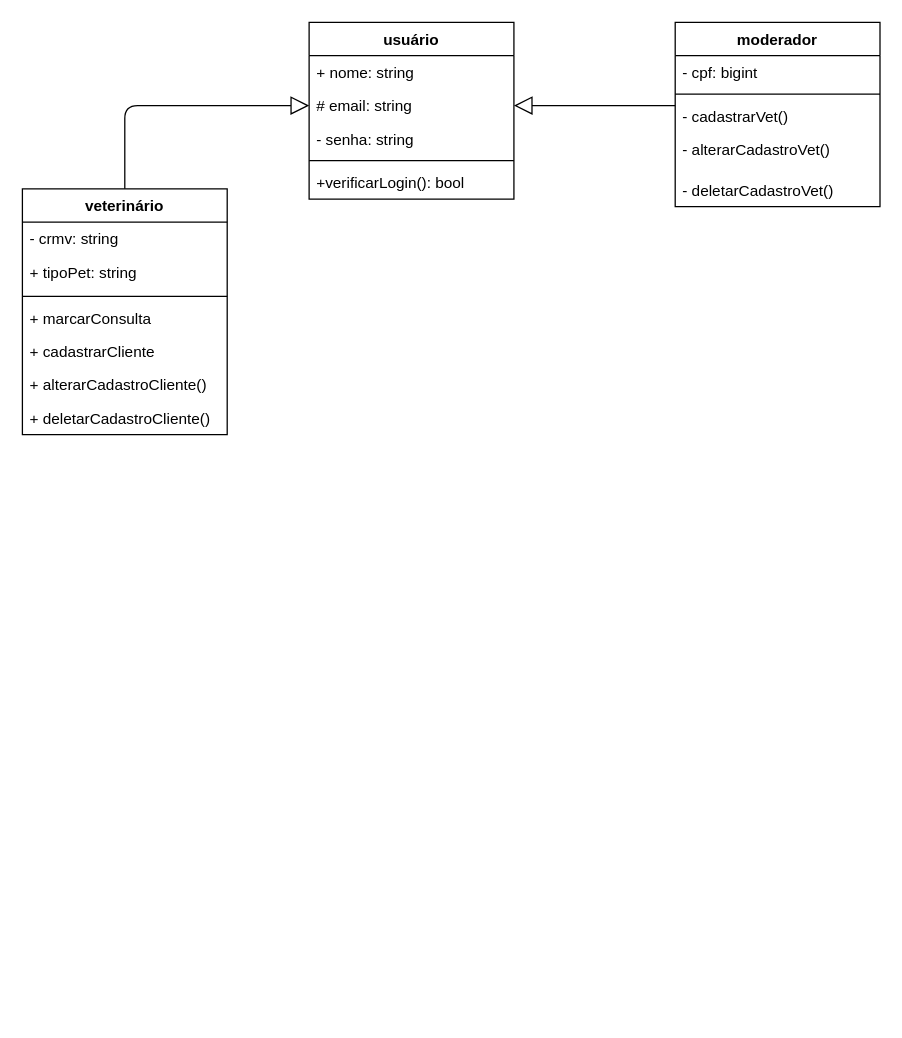
Before: page "Classe" (2 of 3) of PetMed(1).drawio in Robert-025/PetMed, a draw.io diagram. Source tidied: cells renumbered, new cells numbered last; positions are measured from the earlier drawing's top-left corner, leaving out a move shared by most shapes. Both pictures are drawn from the tidied source at 128%, with x=0, y=0 at pixel (22, 22).
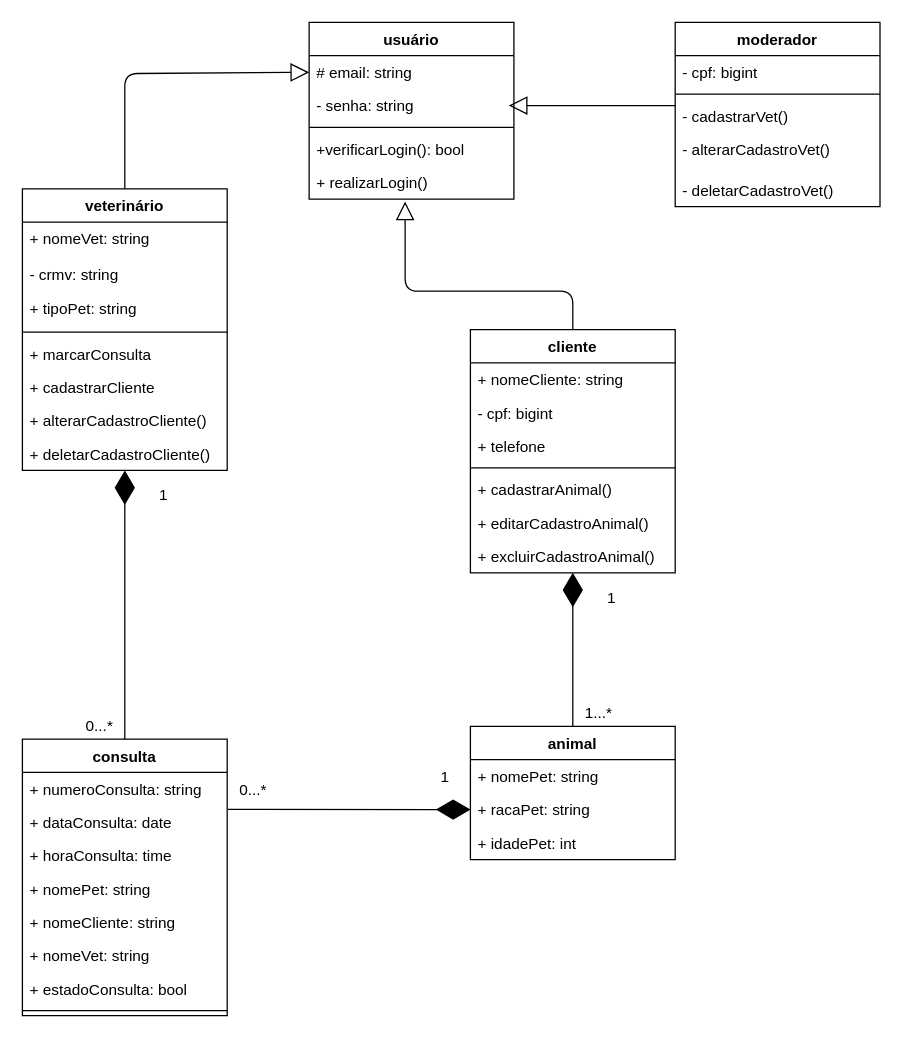
After the change.

The change refers to these unchanged cells:
```xml
<mxCell id="2" value="usuário" style="swimlane;fontStyle=1;align=center;verticalAlign=top;horizontal=1;startSize=26;" parent="1" vertex="1">
  <mxGeometry x="224" width="160" height="138" as="geometry" />
</mxCell>
```

What changed in the source:
```diff
@@
-    <mxCell id="3" value="+ nome: string" style="text;strokeColor=none;fillColor=none;align=left;verticalAlign=top;spacingLeft=4;spacingRight=4;overflow=hidden;" parent="2" vertex="1">
-      <mxGeometry y="26" width="160" height="26" as="geometry" />
-    </mxCell>
     <mxCell id="4" value="# email: string" style="text;strokeColor=none;fillColor=none;align=left;verticalAlign=top;spacingLeft=4;spacingRight=4;overflow=hidden;points=[[0,0.5],[1,0.5]];portConstraint=eastwest;" parent="2" vertex="1">
-      <mxGeometry y="52" width="160" height="26" as="geometry" />
+      <mxGeometry y="26" width="160" height="26" as="geometry" />
     </mxCell>
     <mxCell id="5" value="- senha: string" style="text;strokeColor=none;fillColor=none;align=left;verticalAlign=top;spacingLeft=4;spacingRight=4;overflow=hidden;" parent="2" vertex="1">
-      <mxGeometry y="78" width="160" height="26" as="geometry" />
+      <mxGeometry y="52" width="160" height="26" as="geometry" />
     </mxCell>
     <mxCell id="6" style="line;strokeWidth=1;fillColor=none;align=left;verticalAlign=middle;spacingTop=-1;spacingLeft=3;spacingRight=3;labelPosition=right;" parent="2" vertex="1">
-      <mxGeometry y="104" width="160" height="8" as="geometry" />
+      <mxGeometry y="78" width="160" height="8" as="geometry" />
     </mxCell>
     <mxCell id="7" value="+verificarLogin(): bool" style="text;strokeColor=none;fillColor=none;align=left;verticalAlign=top;spacingLeft=4;spacingRight=4;overflow=hidden;" parent="2" vertex="1">
-      <mxGeometry y="112" width="160" height="26" as="geometry" />
+      <mxGeometry y="86" width="160" height="26" as="geometry" />
     </mxCell>
+    <mxCell id="24" value="+ realizarLogin()" style="text;strokeColor=none;fillColor=none;align=left;verticalAlign=top;spacingLeft=4;spacingRight=4;overflow=hidden;" parent="2" vertex="1">
+      <mxGeometry y="112" width="160" height="26" as="geometry" />
+    </mxCell>
@@
-    <mxCell id="14" style="endArrow=block;endFill=0;endSize=12;html=1;entryX=1;entryY=0.5;entryDx=0;entryDy=0;" parent="1" edge="1" target="4">
+    <mxCell id="14" style="endArrow=block;endFill=0;endSize=12;html=1;" parent="1" edge="1">
       <mxGeometry relative="1" as="geometry">
         <mxPoint x="510" y="65" as="sourcePoint" />
+        <mxPoint x="380" y="65" as="targetPoint" />
       </mxGeometry>
     </mxCell>
     <mxCell id="15" value="veterinário" style="swimlane;fontStyle=1;align=center;verticalAlign=top;horizontal=1;startSize=26;" parent="1" vertex="1">
-      <mxGeometry y="130" width="160" height="192" as="geometry" />
+      <mxGeometry y="130" width="160" height="220" as="geometry" />
     </mxCell>
+    <mxCell id="17" value="+ nomeVet: string" style="text;strokeColor=none;fillColor=none;align=left;verticalAlign=top;spacingLeft=4;spacingRight=4;overflow=hidden;" parent="15" vertex="1">
+      <mxGeometry y="26" width="160" height="28" as="geometry" />
+    </mxCell>
     <mxCell id="16" value="- crmv: string" style="text;strokeColor=none;fillColor=none;align=left;verticalAlign=top;spacingLeft=4;spacingRight=4;overflow=hidden;" parent="15" vertex="1">
-      <mxGeometry y="26" width="160" height="26" as="geometry" />
+      <mxGeometry y="54" width="160" height="26" as="geometry" />
     </mxCell>
-    <mxCell id="17" value="+ tipoPet: string" style="text;strokeColor=none;fillColor=none;align=left;verticalAlign=top;spacingLeft=4;spacingRight=4;overflow=hidden;" parent="15" vertex="1">
-      <mxGeometry y="52" width="160" height="28" as="geometry" />
-    </mxCell>
+    <mxCell id="25" value="+ tipoPet: string" style="text;strokeColor=none;fillColor=none;align=left;verticalAlign=top;spacingLeft=4;spacingRight=4;overflow=hidden;" parent="15" vertex="1">
+      <mxGeometry y="80" width="160" height="28" as="geometry" />
+    </mxCell>
     <mxCell id="18" style="line;strokeWidth=1;fillColor=none;align=left;verticalAlign=middle;spacingTop=-1;spacingLeft=3;spacingRight=3;labelPosition=right;" parent="15" vertex="1">
-      <mxGeometry y="80" width="160" height="8" as="geometry" />
+      <mxGeometry y="108" width="160" height="8" as="geometry" />
     </mxCell>
     <mxCell id="19" value="+ marcarConsulta" style="text;strokeColor=none;fillColor=none;align=left;verticalAlign=top;spacingLeft=4;spacingRight=4;overflow=hidden;" parent="15" vertex="1">
-      <mxGeometry y="88" width="160" height="26" as="geometry" />
+      <mxGeometry y="116" width="160" height="26" as="geometry" />
     </mxCell>
     <mxCell id="20" value="+ cadastrarCliente" style="text;strokeColor=none;fillColor=none;align=left;verticalAlign=top;spacingLeft=4;spacingRight=4;overflow=hidden;" parent="15" vertex="1">
-      <mxGeometry y="114" width="160" height="26" as="geometry" />
+      <mxGeometry y="142" width="160" height="26" as="geometry" />
     </mxCell>
     <mxCell id="21" value="+ alterarCadastroCliente()" style="text;strokeColor=none;fillColor=none;align=left;verticalAlign=top;spacingLeft=4;spacingRight=4;overflow=hidden;" parent="15" vertex="1">
-      <mxGeometry y="140" width="160" height="26" as="geometry" />
+      <mxGeometry y="168" width="160" height="26" as="geometry" />
     </mxCell>
     <mxCell id="22" value="+ deletarCadastroCliente()" style="text;strokeColor=none;fillColor=none;align=left;verticalAlign=top;spacingLeft=4;spacingRight=4;overflow=hidden;points=[[0,0.5],[1,0.5]];portConstraint=eastwest;" parent="15" vertex="1">
-      <mxGeometry y="166" width="160" height="26" as="geometry" />
+      <mxGeometry y="194" width="160" height="26" as="geometry" />
     </mxCell>
     <mxCell id="23" style="endArrow=block;endFill=0;endSize=12;html=1;entryX=0;entryY=0.5;entryDx=0;entryDy=0;exitX=0.5;exitY=0;exitDx=0;exitDy=0;" parent="1" edge="1" source="15" target="4">
       <mxGeometry relative="1" as="geometry">
         <Array as="points">
-          <mxPoint x="80" y="65" />
+          <mxPoint x="80" y="40" />
         </Array>
       </mxGeometry>
     </mxCell>
+    <mxCell id="26" value="cliente" style="swimlane;fontStyle=1;align=center;verticalAlign=top;horizontal=1;startSize=26;" parent="1" vertex="1">
+      <mxGeometry x="350" y="240" width="160" height="190" as="geometry" />
+    </mxCell>
+    <mxCell id="27" value="+ nomeCliente: string" style="text;strokeColor=none;fillColor=none;align=left;verticalAlign=top;spacingLeft=4;spacingRight=4;overflow=hidden;" parent="26" vertex="1">
+      <mxGeometry y="26" width="160" height="26" as="geometry" />
+    </mxCell>
+    <mxCell id="28" value="- cpf: bigint" style="text;strokeColor=none;fillColor=none;align=left;verticalAlign=top;spacingLeft=4;spacingRight=4;overflow=hidden;" parent="26" vertex="1">
+      <mxGeometry y="52" width="160" height="26" as="geometry" />
+    </mxCell>
+    <mxCell id="29" value="+ telefone" style="text;strokeColor=none;fillColor=none;align=left;verticalAlign=top;spacingLeft=4;spacingRight=4;overflow=hidden;" parent="26" vertex="1">
+      <mxGeometry y="78" width="160" height="26" as="geometry" />
+    </mxCell>
+    <mxCell id="30" style="line;strokeWidth=1;fillColor=none;align=left;verticalAlign=middle;spacingTop=-1;spacingLeft=3;spacingRight=3;labelPosition=right;" parent="26" vertex="1">
+      <mxGeometry y="104" width="160" height="8" as="geometry" />
+    </mxCell>
+    <mxCell id="31" value="+ cadastrarAnimal()" style="text;strokeColor=none;fillColor=none;align=left;verticalAlign=top;spacingLeft=4;spacingRight=4;overflow=hidden;" parent="26" vertex="1">
+      <mxGeometry y="112" width="160" height="26" as="geometry" />
+    </mxCell>
+    <mxCell id="32" value="+ editarCadastroAnimal()" style="text;strokeColor=none;fillColor=none;align=left;verticalAlign=top;spacingLeft=4;spacingRight=4;overflow=hidden;" parent="26" vertex="1">
+      <mxGeometry y="138" width="160" height="26" as="geometry" />
+    </mxCell>
+    <mxCell id="33" value="+ excluirCadastroAnimal()" style="text;strokeColor=none;fillColor=none;align=left;verticalAlign=top;spacingLeft=4;spacingRight=4;overflow=hidden;" parent="26" vertex="1">
+      <mxGeometry y="164" width="160" height="26" as="geometry" />
+    </mxCell>
+    <mxCell id="34" style="endArrow=block;endFill=0;endSize=12;html=1;exitX=0.5;exitY=0;exitDx=0;exitDy=0;" parent="1" edge="1" source="26">
+      <mxGeometry relative="1" as="geometry">
+        <mxPoint x="299" y="140" as="targetPoint" />
+        <Array as="points">
+          <mxPoint x="430" y="210" />
+          <mxPoint x="299" y="210" />
+        </Array>
+      </mxGeometry>
+    </mxCell>
+    <mxCell id="35" value="animal" style="swimlane;fontStyle=1;align=center;verticalAlign=top;horizontal=1;startSize=26;" parent="1" vertex="1">
+      <mxGeometry x="350" y="550" width="160" height="104" as="geometry" />
+    </mxCell>
+    <mxCell id="36" value="+ nomePet: string" style="text;strokeColor=none;fillColor=none;align=left;verticalAlign=top;spacingLeft=4;spacingRight=4;overflow=hidden;" parent="35" vertex="1">
+      <mxGeometry y="26" width="160" height="26" as="geometry" />
+    </mxCell>
+    <mxCell id="37" value="+ racaPet: string" style="text;strokeColor=none;fillColor=none;align=left;verticalAlign=top;spacingLeft=4;spacingRight=4;overflow=hidden;points=[[0,0.5],[1,0.5]];portConstraint=eastwest;" parent="35" vertex="1">
+      <mxGeometry y="52" width="160" height="26" as="geometry" />
+    </mxCell>
+    <mxCell id="38" value="+ idadePet: int" style="text;strokeColor=none;fillColor=none;align=left;verticalAlign=top;spacingLeft=4;spacingRight=4;overflow=hidden;" parent="35" vertex="1">
+      <mxGeometry y="78" width="160" height="26" as="geometry" />
+    </mxCell>
+    <mxCell id="39" style="endArrow=diamondThin;endFill=1;endSize=24;html=1;exitX=0.5;exitY=0;exitDx=0;exitDy=0;" parent="1" edge="1" source="35">
+      <mxGeometry relative="1" as="geometry">
+        <mxPoint x="430" y="430" as="targetPoint" />
+      </mxGeometry>
+    </mxCell>
+    <mxCell id="40" value="consulta" style="swimlane;fontStyle=1;align=center;verticalAlign=top;horizontal=1;startSize=26;" parent="1" vertex="1">
+      <mxGeometry y="560" width="160" height="216" as="geometry" />
+    </mxCell>
+    <mxCell id="41" value="+ numeroConsulta: string" style="text;strokeColor=none;fillColor=none;align=left;verticalAlign=top;spacingLeft=4;spacingRight=4;overflow=hidden;points=[[0,0.5],[1,0.5]];portConstraint=eastwest;" parent="40" vertex="1">
+      <mxGeometry y="26" width="160" height="26" as="geometry" />
+    </mxCell>
+    <mxCell id="42" value="+ dataConsulta: date" style="text;strokeColor=none;fillColor=none;align=left;verticalAlign=top;spacingLeft=4;spacingRight=4;overflow=hidden;" parent="40" vertex="1">
+      <mxGeometry y="52" width="160" height="26" as="geometry" />
+    </mxCell>
+    <mxCell id="43" value="+ horaConsulta: time" style="text;strokeColor=none;fillColor=none;align=left;verticalAlign=top;spacingLeft=4;spacingRight=4;overflow=hidden;" parent="40" vertex="1">
+      <mxGeometry y="78" width="160" height="26" as="geometry" />
+    </mxCell>
+    <mxCell id="44" value="+ nomePet: string" style="text;strokeColor=none;fillColor=none;align=left;verticalAlign=top;spacingLeft=4;spacingRight=4;overflow=hidden;" parent="40" vertex="1">
+      <mxGeometry y="104" width="160" height="26" as="geometry" />
+    </mxCell>
+    <mxCell id="45" value="+ nomeCliente: string" style="text;strokeColor=none;fillColor=none;align=left;verticalAlign=top;spacingLeft=4;spacingRight=4;overflow=hidden;" parent="40" vertex="1">
+      <mxGeometry y="130" width="160" height="26" as="geometry" />
+    </mxCell>
+    <mxCell id="46" value="+ nomeVet: string" style="text;strokeColor=none;fillColor=none;align=left;verticalAlign=top;spacingLeft=4;spacingRight=4;overflow=hidden;" parent="40" vertex="1">
+      <mxGeometry y="156" width="160" height="26" as="geometry" />
+    </mxCell>
+    <mxCell id="47" value="+ estadoConsulta: bool" style="text;strokeColor=none;fillColor=none;align=left;verticalAlign=top;spacingLeft=4;spacingRight=4;overflow=hidden;" parent="40" vertex="1">
+      <mxGeometry y="182" width="160" height="26" as="geometry" />
+    </mxCell>
+    <mxCell id="48" style="line;strokeWidth=1;fillColor=none;align=left;verticalAlign=middle;spacingTop=-1;spacingLeft=3;spacingRight=3;labelPosition=right;" parent="40" vertex="1">
+      <mxGeometry y="208" width="160" height="8" as="geometry" />
+    </mxCell>
+    <mxCell id="49" style="endArrow=diamondThin;endFill=1;endSize=24;html=1;entryX=0;entryY=0.5;entryDx=0;entryDy=0;exitX=1.003;exitY=1.11;exitDx=0;exitDy=0;exitPerimeter=0;" parent="1" edge="1" source="41" target="37">
+      <mxGeometry relative="1" as="geometry" />
+    </mxCell>
+    <mxCell id="50" style="endArrow=diamondThin;endFill=1;endSize=24;html=1;" parent="1" edge="1" source="22">
+      <mxGeometry relative="1" as="geometry">
+        <mxPoint x="80" y="350" as="targetPoint" />
+      </mxGeometry>
+    </mxCell>
+    <mxCell id="51" style="endArrow=diamondThin;endFill=1;endSize=24;html=1;exitX=0.5;exitY=0;exitDx=0;exitDy=0;" parent="1" edge="1" source="40">
+      <mxGeometry relative="1" as="geometry">
+        <mxPoint x="80" y="350" as="targetPoint" />
+      </mxGeometry>
+    </mxCell>
+    <mxCell id="52" value="1" style="text;html=1;align=center;verticalAlign=middle;strokeColor=none;" parent="1" vertex="1">
+      <mxGeometry x="450" y="440" width="20" height="20" as="geometry" />
+    </mxCell>
+    <mxCell id="53" value="1...*" style="text;html=1;align=center;verticalAlign=middle;strokeColor=none;" parent="1" vertex="1">
+      <mxGeometry x="430" y="530" width="40" height="20" as="geometry" />
+    </mxCell>
+    <mxCell id="54" value="0...*" style="text;html=1;align=center;verticalAlign=middle;strokeColor=none;" parent="1" vertex="1">
+      <mxGeometry x="160" y="590" width="40" height="20" as="geometry" />
+    </mxCell>
+    <mxCell id="55" value="1" style="text;html=1;align=center;verticalAlign=middle;strokeColor=none;" parent="1" vertex="1">
+      <mxGeometry x="320" y="580" width="20" height="20" as="geometry" />
+    </mxCell>
+    <mxCell id="56" value="0...*" style="text;html=1;align=center;verticalAlign=middle;strokeColor=none;" parent="1" vertex="1">
+      <mxGeometry x="40" y="540" width="40" height="20" as="geometry" />
+    </mxCell>
+    <mxCell id="57" value="1" style="text;html=1;align=center;verticalAlign=middle;strokeColor=none;" parent="1" vertex="1">
+      <mxGeometry x="100" y="360" width="20" height="20" as="geometry" />
+    </mxCell>
```
